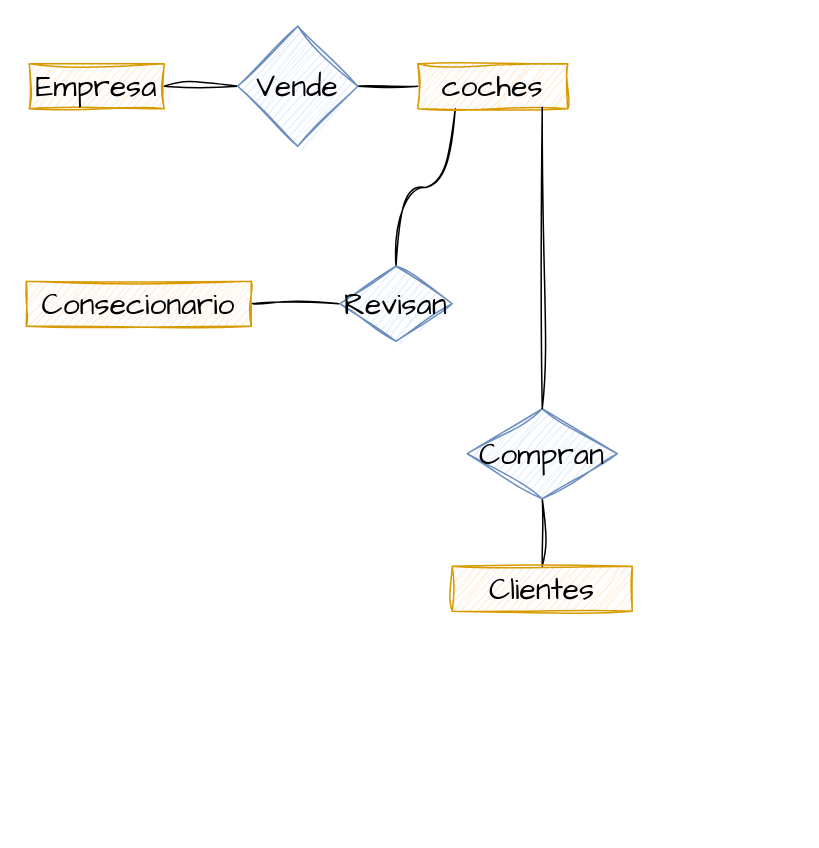
Above: Unidad-1/Tareas/tarea_2_3/tarea6.drawio in toninavhd/Base-datos (draw.io), before the change. Source tidied: cells renumbered, new cells numbered last; positions are measured from the earlier drawing's top-left corner, leaving out a move shared by most shapes. Both pictures are drawn from the tidied source at 150%, with x=0, y=0 at pixel (26, 26).
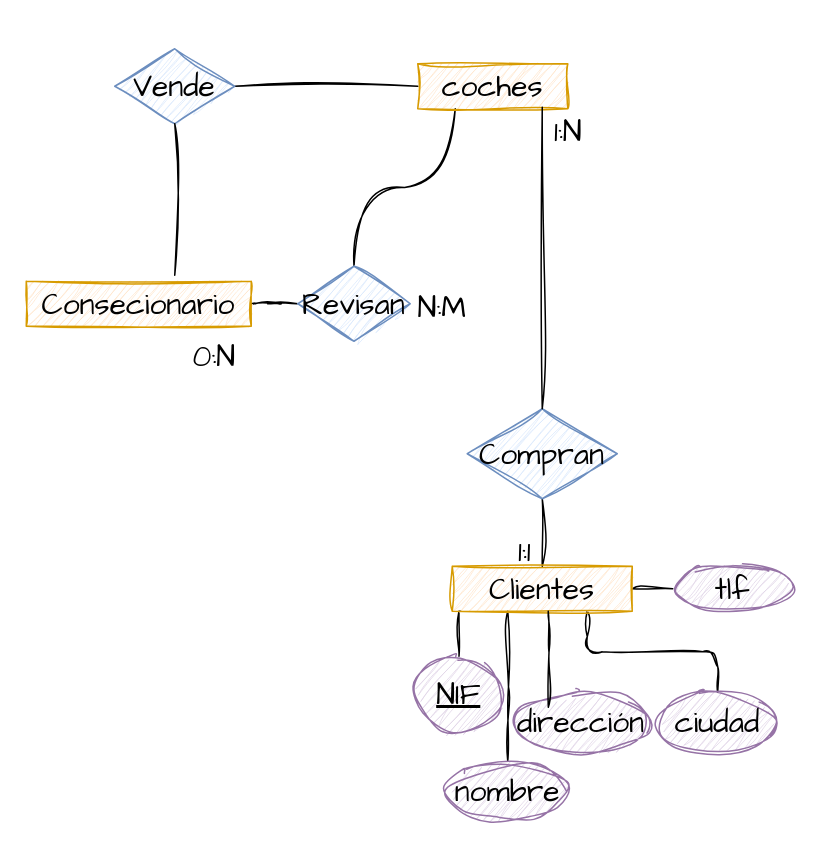
The same diagram, later.

Unchanged cells that the change refers to:
```xml
<mxCell id="6" value="coches" style="whiteSpace=wrap;html=1;sketch=1;hachureGap=4;jiggle=2;curveFitting=1;fontFamily=Architects Daughter;fontSize=20;fillColor=#ffe6cc;strokeColor=#d79b00;" parent="1" vertex="1">
  <mxGeometry x="261" y="25" width="100" height="30" as="geometry" />
</mxCell>
<mxCell id="8" value="Consecionario" style="whiteSpace=wrap;html=1;sketch=1;hachureGap=4;jiggle=2;curveFitting=1;fontFamily=Architects Daughter;fontSize=20;fillColor=#ffe6cc;strokeColor=#d79b00;" parent="1" vertex="1">
  <mxGeometry y="170" width="150" height="30" as="geometry" />
</mxCell>
<mxCell id="10" value="Clientes" style="whiteSpace=wrap;html=1;sketch=1;hachureGap=4;jiggle=2;curveFitting=1;fontFamily=Architects Daughter;fontSize=20;fillColor=#ffe6cc;strokeColor=#d79b00;" parent="1" vertex="1">
  <mxGeometry x="284" y="360" width="120" height="30" as="geometry" />
</mxCell>
```

What changed in the source:
```diff
@@
-    <mxCell id="2" style="edgeStyle=orthogonalEdgeStyle;rounded=0;sketch=1;hachureGap=4;jiggle=2;curveFitting=1;jettySize=auto;html=1;exitX=1;exitY=0.5;exitDx=0;exitDy=0;entryX=0;entryY=0.5;entryDx=0;entryDy=0;fontFamily=Architects Daughter;fontSize=16;endArrow=none;endFill=0;" parent="1" edge="1" source="3" target="11">
-      <mxGeometry relative="1" as="geometry" />
-    </mxCell>
-    <mxCell id="3" value="Empresa" style="rounded=0;whiteSpace=wrap;html=1;sketch=1;hachureGap=4;jiggle=2;curveFitting=1;fontFamily=Architects Daughter;fontSize=20;fillColor=#ffe6cc;strokeColor=#d79b00;" parent="1" vertex="1">
-      <mxGeometry x="2" y="25" width="90" height="30" as="geometry" />
-    </mxCell>
-    <mxCell id="4" style="edgeStyle=orthogonalEdgeStyle;rounded=0;sketch=1;hachureGap=4;jiggle=2;curveFitting=1;jettySize=auto;html=1;exitX=0;exitY=0.5;exitDx=0;exitDy=0;entryX=1;entryY=0.5;entryDx=0;entryDy=0;fontFamily=Architects Daughter;fontSize=16;endArrow=none;endFill=0;" parent="1" edge="1" source="6" target="11">
-      <mxGeometry relative="1" as="geometry" />
-    </mxCell>
@@
+    <mxCell id="15" style="edgeStyle=orthogonalEdgeStyle;rounded=0;sketch=1;hachureGap=4;jiggle=2;curveFitting=1;jettySize=auto;html=1;exitX=0.25;exitY=1;exitDx=0;exitDy=0;entryX=0.5;entryY=0;entryDx=0;entryDy=0;fontFamily=Architects Daughter;fontSize=16;endArrow=none;endFill=0;" parent="1" edge="1" target="19">
+      <mxGeometry relative="1" as="geometry">
+        <mxPoint x="290" y="390" as="sourcePoint" />
+      </mxGeometry>
+    </mxCell>
+    <mxCell id="16" style="edgeStyle=orthogonalEdgeStyle;rounded=0;sketch=1;hachureGap=4;jiggle=2;curveFitting=1;jettySize=auto;html=1;exitX=0.5;exitY=1;exitDx=0;exitDy=0;entryX=0.5;entryY=0;entryDx=0;entryDy=0;fontFamily=Architects Daughter;fontSize=16;endArrow=none;endFill=0;" parent="1" edge="1" target="20">
+      <mxGeometry relative="1" as="geometry">
+        <mxPoint x="321" y="390" as="sourcePoint" />
+      </mxGeometry>
+    </mxCell>
+    <mxCell id="17" style="edgeStyle=orthogonalEdgeStyle;rounded=1;sketch=1;hachureGap=4;jiggle=2;curveFitting=1;jettySize=auto;html=1;exitX=0.75;exitY=1;exitDx=0;exitDy=0;fontFamily=Architects Daughter;fontSize=16;endArrow=none;endFill=0;strokeWidth=1;" parent="1" edge="1" source="10" target="25">
+      <mxGeometry relative="1" as="geometry" />
+    </mxCell>
+    <mxCell id="18" style="edgeStyle=orthogonalEdgeStyle;rounded=0;sketch=1;hachureGap=4;jiggle=2;curveFitting=1;jettySize=auto;html=1;exitX=1;exitY=0.5;exitDx=0;exitDy=0;entryX=0;entryY=0.5;entryDx=0;entryDy=0;fontFamily=Architects Daughter;fontSize=16;endArrow=none;endFill=0;" parent="1" edge="1" source="10" target="26">
+      <mxGeometry relative="1" as="geometry" />
+    </mxCell>
@@
-    <mxCell id="11" value="Vende" style="rhombus;whiteSpace=wrap;html=1;sketch=1;hachureGap=4;jiggle=2;curveFitting=1;fontFamily=Architects Daughter;fontSize=20;fillColor=#dae8fc;strokeColor=#6c8ebf;" parent="1" vertex="1">
-      <mxGeometry x="141" width="80" height="80" as="geometry" />
-    </mxCell>
@@
     <mxCell id="14" value="Revisan" style="rhombus;whiteSpace=wrap;html=1;sketch=1;hachureGap=4;jiggle=2;curveFitting=1;fontFamily=Architects Daughter;fontSize=20;fillColor=#dae8fc;strokeColor=#6c8ebf;" parent="1" vertex="1">
-      <mxGeometry x="209" y="160" width="75" height="50" as="geometry" />
+      <mxGeometry x="181" y="160" width="75" height="50" as="geometry" />
     </mxCell>
+    <mxCell id="19" value="&lt;u&gt;NIF&lt;/u&gt;" style="ellipse;whiteSpace=wrap;html=1;sketch=1;hachureGap=4;jiggle=2;curveFitting=1;fontFamily=Architects Daughter;fontSize=20;fillColor=#e1d5e7;strokeColor=#9673a6;" parent="1" vertex="1">
+      <mxGeometry x="260" y="420" width="57" height="50" as="geometry" />
+    </mxCell>
+    <mxCell id="20" value="nombre" style="ellipse;whiteSpace=wrap;html=1;sketch=1;hachureGap=4;jiggle=2;curveFitting=1;fontFamily=Architects Daughter;fontSize=20;fillColor=#e1d5e7;strokeColor=#9673a6;" parent="1" vertex="1">
+      <mxGeometry x="281" y="490" width="80" height="40" as="geometry" />
+    </mxCell>
+    <mxCell id="21" value="dirección" style="ellipse;whiteSpace=wrap;html=1;sketch=1;hachureGap=4;jiggle=2;curveFitting=1;fontFamily=Architects Daughter;fontSize=20;fillColor=#e1d5e7;strokeColor=#9673a6;" parent="1" vertex="1">
+      <mxGeometry x="325" y="444" width="90" height="40" as="geometry" />
+    </mxCell>
+    <mxCell id="22" style="edgeStyle=orthogonalEdgeStyle;rounded=0;sketch=1;hachureGap=4;jiggle=2;curveFitting=1;jettySize=auto;html=1;exitX=0.75;exitY=1;exitDx=0;exitDy=0;entryX=0.256;entryY=0.25;entryDx=0;entryDy=0;entryPerimeter=0;fontFamily=Architects Daughter;fontSize=16;endArrow=none;endFill=0;" parent="1" edge="1" target="21">
+      <mxGeometry relative="1" as="geometry">
+        <mxPoint x="348" y="390" as="sourcePoint" />
+      </mxGeometry>
+    </mxCell>
+    <mxCell id="23" style="edgeStyle=orthogonalEdgeStyle;rounded=0;sketch=1;hachureGap=4;jiggle=2;curveFitting=1;jettySize=auto;html=1;exitX=1;exitY=0.5;exitDx=0;exitDy=0;entryX=0;entryY=0.5;entryDx=0;entryDy=0;fontFamily=Architects Daughter;fontSize=16;endArrow=none;endFill=0;" parent="1" edge="1" source="11" target="6">
+      <mxGeometry relative="1" as="geometry" />
+    </mxCell>
+    <mxCell id="11" value="Vende" style="rhombus;whiteSpace=wrap;html=1;sketch=1;hachureGap=4;jiggle=2;curveFitting=1;fontFamily=Architects Daughter;fontSize=20;fillColor=#dae8fc;strokeColor=#6c8ebf;" parent="1" vertex="1">
+      <mxGeometry x="59" y="15" width="80" height="50" as="geometry" />
+    </mxCell>
+    <mxCell id="24" style="edgeStyle=orthogonalEdgeStyle;rounded=0;sketch=1;hachureGap=4;jiggle=2;curveFitting=1;jettySize=auto;html=1;exitX=0.5;exitY=1;exitDx=0;exitDy=0;entryX=0.66;entryY=-0.133;entryDx=0;entryDy=0;entryPerimeter=0;fontFamily=Architects Daughter;fontSize=16;endArrow=none;endFill=0;" parent="1" edge="1" source="11" target="8">
+      <mxGeometry relative="1" as="geometry" />
+    </mxCell>
+    <mxCell id="25" value="ciudad" style="ellipse;whiteSpace=wrap;html=1;sketch=1;hachureGap=4;jiggle=2;curveFitting=1;fontFamily=Architects Daughter;fontSize=20;fillColor=#e1d5e7;strokeColor=#9673a6;" parent="1" vertex="1">
+      <mxGeometry x="421" y="444" width="80" height="40" as="geometry" />
+    </mxCell>
+    <mxCell id="26" value="tlf" style="ellipse;whiteSpace=wrap;html=1;sketch=1;hachureGap=4;jiggle=2;curveFitting=1;fontFamily=Architects Daughter;fontSize=20;fillColor=#e1d5e7;strokeColor=#9673a6;" parent="1" vertex="1">
+      <mxGeometry x="431" y="360" width="80" height="30" as="geometry" />
+    </mxCell>
+    <mxCell id="27" value="1:1" style="text;html=1;align=center;verticalAlign=middle;strokeColor=none;fillColor=none;fontSize=20;fontFamily=Architects Daughter;" parent="1" vertex="1">
+      <mxGeometry x="317" y="330" width="30" height="40" as="geometry" />
+    </mxCell>
+    <mxCell id="28" value="1:N" style="text;html=1;align=center;verticalAlign=middle;strokeColor=none;fillColor=none;fontSize=20;fontFamily=Architects Daughter;" parent="1" vertex="1">
+      <mxGeometry x="341" y="50" width="40" height="40" as="geometry" />
+    </mxCell>
+    <mxCell id="29" value="0:N" style="text;html=1;align=center;verticalAlign=middle;strokeColor=none;fillColor=none;fontSize=20;fontFamily=Architects Daughter;" parent="1" vertex="1">
+      <mxGeometry x="100" y="200" width="50" height="40" as="geometry" />
+    </mxCell>
+    <mxCell id="30" value="N:M" style="text;html=1;align=center;verticalAlign=middle;strokeColor=none;fillColor=none;fontSize=20;fontFamily=Architects Daughter;" parent="1" vertex="1">
+      <mxGeometry x="247" y="167" width="60" height="40" as="geometry" />
+    </mxCell>
```
